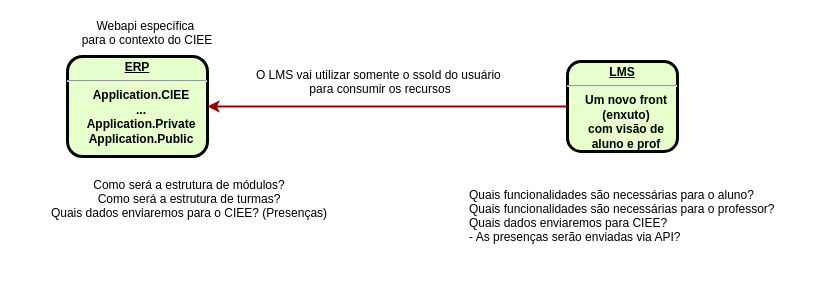
eldoncosta1/diagrams keeps this draw.io diagram as ERP-LMS-CIEE.drawio. Above is the earlier version. Source tidied: cells renumbered, new cells numbered last; positions are measured from the earlier drawing's top-left corner, leaving out a move shared by most shapes. Both pictures are drawn from the tidied source at 100%, with x=0, y=0 at pixel (17, 17).
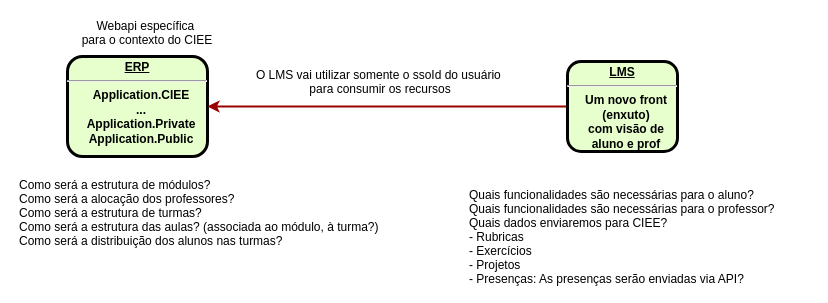
Above is the later version.

What changed in the source:
```diff
@@
 <mxGraphModel>
   <root>
     <mxCell id="0" />
     <mxCell id="1" parent="0" />
     <mxCell id="2" value="&lt;p style=&quot;margin: 4px 0px 0px; text-decoration: underline;&quot;&gt;&lt;strong&gt;ERP&lt;br&gt;&lt;/strong&gt;&lt;/p&gt;&lt;hr&gt;&lt;p style=&quot;margin: 0px; margin-left: 8px;&quot;&gt;Application.CIEE&lt;/p&gt;&lt;p style=&quot;margin: 0px; margin-left: 8px;&quot;&gt;...&lt;/p&gt;&lt;p style=&quot;margin: 0px; margin-left: 8px;&quot;&gt;Application.Private&lt;/p&gt;&lt;p style=&quot;margin: 0px; margin-left: 8px;&quot;&gt;Application.Public&lt;/p&gt;" style="verticalAlign=middle;align=center;overflow=fill;fontSize=12;fontFamily=Helvetica;html=1;rounded=1;fontStyle=1;strokeWidth=3;fillColor=#E6FFCC;" parent="1" vertex="1">
       <mxGeometry x="50" y="39" width="140" height="100" as="geometry" />
     </mxCell>
     <mxCell id="3" style="edgeStyle=orthogonalEdgeStyle;rounded=1;jettySize=auto;html=1;entryX=1;entryY=0.5;entryDx=0;entryDy=0;strokeColor=#990000;strokeWidth=2;curved=0;" parent="1" edge="1" source="4" target="2">
       <mxGeometry relative="1" as="geometry" />
     </mxCell>
     <mxCell id="4" value="&lt;p style=&quot;margin: 0px; margin-top: 4px; text-align: center; text-decoration: underline;&quot;&gt;&lt;strong&gt;LMS&lt;/strong&gt;&lt;/p&gt;&lt;hr&gt;&lt;p style=&quot;margin: 0px; margin-left: 8px;&quot;&gt;Um novo front&lt;br&gt;(enxuto)&lt;/p&gt;&lt;p style=&quot;margin: 0px; margin-left: 8px;&quot;&gt;com visão de&lt;/p&gt;&lt;p style=&quot;margin: 0px; margin-left: 8px;&quot;&gt;aluno e prof&lt;/p&gt;" style="verticalAlign=middle;align=center;overflow=fill;fontSize=12;fontFamily=Helvetica;html=1;rounded=1;fontStyle=1;strokeWidth=3;fillColor=#E6FFCC;" parent="1" vertex="1">
       <mxGeometry x="550" y="44" width="110" height="90" as="geometry" />
     </mxCell>
     <mxCell id="5" value="Webapi específica &#10;para o contexto do CIEE" style="text;spacingTop=-5;align=center;" parent="1" vertex="1">
       <mxGeometry x="80" width="100" height="39" as="geometry" />
     </mxCell>
     <mxCell id="6" value="O LMS vai utilizar somente o ssoId do usuário &#10;para consumir os recursos" style="text;spacingTop=-5;align=center;" parent="1" vertex="1">
       <mxGeometry x="224" y="49" width="278" height="20" as="geometry" />
     </mxCell>
-    <mxCell id="7" value="Quais funcionalidades são necessárias para o aluno?&#10;Quais funcionalidades são necessárias para o professor?&#10;Quais dados enviaremos para CIEE?&#10;- As presenças serão enviadas via API?&#10;&#10;  &#10;" style="text;spacingTop=-5;align=left;" parent="1" vertex="1">
+    <mxCell id="7" value="Quais funcionalidades são necessárias para o aluno?&#10;Quais funcionalidades são necessárias para o professor?&#10;Quais dados enviaremos para CIEE?&#10;- Rubricas&#10;- Exercícios&#10;- Projetos&#10;- Presenças: As presenças serão enviadas via API?&#10;&#10;&#10;  &#10;" style="text;spacingTop=-5;align=left;" parent="1" vertex="1">
       <mxGeometry x="450" y="169" width="344" height="100" as="geometry" />
     </mxCell>
-    <mxCell id="8" value="Como será a estrutura de módulos?&#10;Como será a estrutura de turmas?&#10;Quais dados enviaremos para o CIEE? (Presenças)" style="text;spacingTop=-5;align=center;" parent="1" vertex="1">
-      <mxGeometry y="159" width="344" height="60" as="geometry" />
+    <mxCell id="8" value="Como será a estrutura de módulos?&#10;Como será a alocação dos professores?&#10;Como será a estrutura de turmas?&#10;Como será a estrutura das aulas? (associada ao módulo, à turma?)&#10;Como será a distribuição dos alunos nas turmas?" style="text;spacingTop=-5;align=left;" parent="1" vertex="1">
+      <mxGeometry y="159" width="410" height="100" as="geometry" />
     </mxCell>
   </root>
 </mxGraphModel>
```
